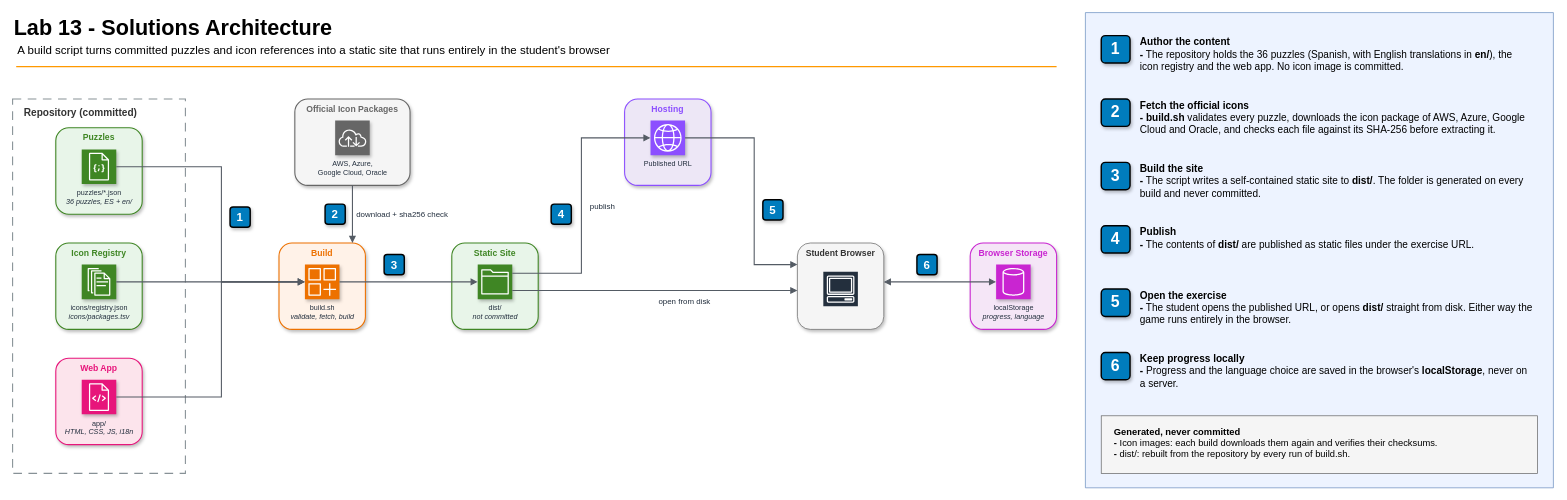
This is 13-solutions-architecture/diagrams/lab13-architecture.drawio from A4ld0/system-design-course, a draw.io file, before an edit. Source tidied: cells renumbered, new cells numbered last; positions are measured from the earlier drawing's top-left corner, leaving out a move shared by most shapes. Both pictures are drawn from the tidied source at 72%, with x=0, y=0 at pixel (12, 12).
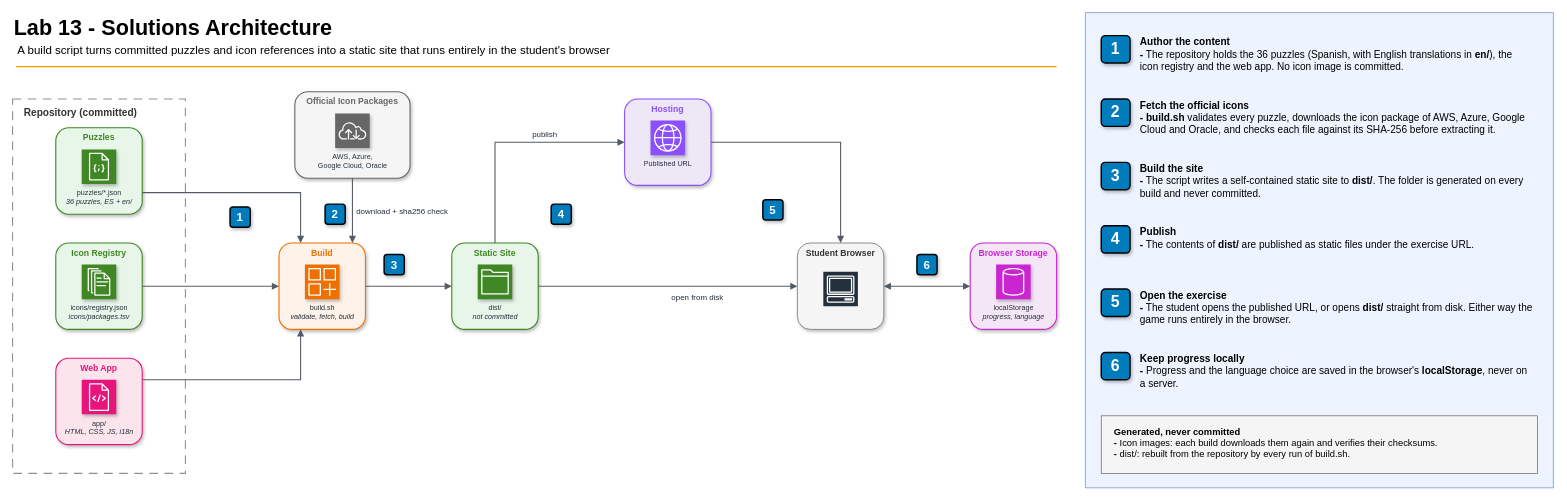
Above is the later version.

The change refers to these unchanged cells:
```xml
<mxCell id="7" value="Puzzles" style="rounded=1;html=1;whiteSpace=wrap;fillColor=#E8F5E9;strokeColor=#3F8624;verticalAlign=top;align=center;fontStyle=1;fontSize=12;fontColor=#3F8624;shadow=1;strokeWidth=1.5;fontFamily=Helvetica;" parent="1" vertex="1">
  <mxGeometry x="60" y="160" width="120" height="120" as="geometry" />
</mxCell>
<mxCell id="8" value="puzzles/*.json&lt;div&gt;&lt;i&gt;36 puzzles, ES + en/&lt;/i&gt;&lt;/div&gt;" style="sketch=0;points=[[0,0,0],[0.25,0,0],[0.5,0,0],[0.75,0,0],[1,0,0],[0,1,0],[0.25,1,0],[0.5,1,0],[0.75,1,0],[1,1,0],[0,0.25,0],[0,0.5,0],[0,0.75,0],[1,0.25,0],[1,0.5,0],[1,0.75,0]];outlineConnect=0;fontColor=#232F3E;fillColor=#3F8624;strokeColor=#ffffff;dashed=0;verticalLabelPosition=bottom;verticalAlign=top;align=center;html=1;fontSize=10;fontStyle=0;shape=mxgraph.aws4.resourceIcon;resIcon=mxgraph.aws4.json_script;shadow=1;fontFamily=Helvetica;" parent="7" vertex="1">
  <mxGeometry x="36" y="30" width="48" height="48" as="geometry" />
</mxCell>
<mxCell id="9" value="Icon Registry" style="rounded=1;html=1;whiteSpace=wrap;fillColor=#E8F5E9;strokeColor=#3F8624;verticalAlign=top;align=center;fontStyle=1;fontSize=12;fontColor=#3F8624;shadow=1;strokeWidth=1.5;fontFamily=Helvetica;" parent="1" vertex="1">
  <mxGeometry x="60" y="320" width="120" height="120" as="geometry" />
</mxCell>
<mxCell id="10" value="icons/registry.json&lt;div&gt;&lt;i&gt;icons/packages.tsv&lt;/i&gt;&lt;/div&gt;" style="sketch=0;points=[[0,0,0],[0.25,0,0],[0.5,0,0],[0.75,0,0],[1,0,0],[0,1,0],[0.25,1,0],[0.5,1,0],[0.75,1,0],[1,1,0],[0,0.25,0],[0,0.5,0],[0,0.75,0],[1,0.25,0],[1,0.5,0],[1,0.75,0]];outlineConnect=0;fontColor=#232F3E;fillColor=#3F8624;strokeColor=#ffffff;dashed=0;verticalLabelPosition=bottom;verticalAlign=top;align=center;html=1;fontSize=10;fontStyle=0;shape=mxgraph.aws4.resourceIcon;resIcon=mxgraph.aws4.documents;shadow=1;fontFamily=Helvetica;" parent="9" vertex="1">
  <mxGeometry x="36" y="30" width="48" height="48" as="geometry" />
</mxCell>
<mxCell id="11" value="Web App" style="rounded=1;html=1;whiteSpace=wrap;fillColor=#FCE4EC;strokeColor=#E7157B;verticalAlign=top;align=center;fontStyle=1;fontSize=12;fontColor=#E7157B;shadow=1;strokeWidth=1.5;fontFamily=Helvetica;" parent="1" vertex="1">
  <mxGeometry x="60" y="480" width="120" height="120" as="geometry" />
</mxCell>
<mxCell id="12" value="app/&lt;div&gt;&lt;i&gt;HTML, CSS, JS, i18n&lt;/i&gt;&lt;/div&gt;" style="sketch=0;points=[[0,0,0],[0.25,0,0],[0.5,0,0],[0.75,0,0],[1,0,0],[0,1,0],[0.25,1,0],[0.5,1,0],[0.75,1,0],[1,1,0],[0,0.25,0],[0,0.5,0],[0,0.75,0],[1,0.25,0],[1,0.5,0],[1,0.75,0]];outlineConnect=0;fontColor=#232F3E;fillColor=#E7157B;strokeColor=#ffffff;dashed=0;verticalLabelPosition=bottom;verticalAlign=top;align=center;html=1;fontSize=10;fontStyle=0;shape=mxgraph.aws4.resourceIcon;resIcon=mxgraph.aws4.source_code;shadow=1;fontFamily=Helvetica;" parent="11" vertex="1">
  <mxGeometry x="36" y="30" width="48" height="48" as="geometry" />
</mxCell>
<mxCell id="15" value="Build" style="rounded=1;html=1;whiteSpace=wrap;fillColor=#FFF2E8;strokeColor=#ED7100;verticalAlign=top;align=center;fontStyle=1;fontSize=12;fontColor=#ED7100;shadow=1;strokeWidth=1.5;fontFamily=Helvetica;" parent="1" vertex="1">
  <mxGeometry x="370" y="320" width="120" height="120" as="geometry" />
</mxCell>
<mxCell id="16" value="build.sh&lt;div&gt;&lt;i&gt;validate, fetch, build&lt;/i&gt;&lt;/div&gt;" style="sketch=0;points=[[0,0,0],[0.25,0,0],[0.5,0,0],[0.75,0,0],[1,0,0],[0,1,0],[0.25,1,0],[0.5,1,0],[0.75,1,0],[1,1,0],[0,0.25,0],[0,0.5,0],[0,0.75,0],[1,0.25,0],[1,0.5,0],[1,0.75,0]];outlineConnect=0;fontColor=#232F3E;fillColor=#ED7100;strokeColor=#ffffff;dashed=0;verticalLabelPosition=bottom;verticalAlign=top;align=center;html=1;fontSize=10;fontStyle=0;shape=mxgraph.aws4.resourceIcon;resIcon=mxgraph.aws4.generic_application;shadow=1;fontFamily=Helvetica;" parent="15" vertex="1">
  <mxGeometry x="36" y="30" width="48" height="48" as="geometry" />
</mxCell>
<mxCell id="17" value="Static Site" style="rounded=1;html=1;whiteSpace=wrap;fillColor=#E8F5E9;strokeColor=#3F8624;verticalAlign=top;align=center;fontStyle=1;fontSize=12;fontColor=#3F8624;shadow=1;strokeWidth=1.5;fontFamily=Helvetica;" parent="1" vertex="1">
  <mxGeometry x="610" y="320" width="120" height="120" as="geometry" />
</mxCell>
<mxCell id="18" value="dist/&lt;div&gt;&lt;i&gt;not committed&lt;/i&gt;&lt;/div&gt;" style="sketch=0;points=[[0,0,0],[0.25,0,0],[0.5,0,0],[0.75,0,0],[1,0,0],[0,1,0],[0.25,1,0],[0.5,1,0],[0.75,1,0],[1,1,0],[0,0.25,0],[0,0.5,0],[0,0.75,0],[1,0.25,0],[1,0.5,0],[1,0.75,0]];outlineConnect=0;fontColor=#232F3E;fillColor=#3F8624;strokeColor=#ffffff;dashed=0;verticalLabelPosition=bottom;verticalAlign=top;align=center;html=1;fontSize=10;fontStyle=0;shape=mxgraph.aws4.resourceIcon;resIcon=mxgraph.aws4.folder;shadow=1;fontFamily=Helvetica;" parent="17" vertex="1">
  <mxGeometry x="36" y="30" width="48" height="48" as="geometry" />
</mxCell>
<mxCell id="19" value="Hosting" style="rounded=1;html=1;whiteSpace=wrap;fillColor=#EDE7F6;strokeColor=#8C4FFF;verticalAlign=top;align=center;fontStyle=1;fontSize=12;fontColor=#8C4FFF;shadow=1;strokeWidth=1.5;fontFamily=Helvetica;" parent="1" vertex="1">
  <mxGeometry x="850" y="120" width="120" height="120" as="geometry" />
</mxCell>
<mxCell id="20" value="Published URL" style="sketch=0;points=[[0,0,0],[0.25,0,0],[0.5,0,0],[0.75,0,0],[1,0,0],[0,1,0],[0.25,1,0],[0.5,1,0],[0.75,1,0],[1,1,0],[0,0.25,0],[0,0.5,0],[0,0.75,0],[1,0.25,0],[1,0.5,0],[1,0.75,0]];outlineConnect=0;fontColor=#232F3E;fillColor=#8C4FFF;strokeColor=#ffffff;dashed=0;verticalLabelPosition=bottom;verticalAlign=top;align=center;html=1;fontSize=10;fontStyle=0;shape=mxgraph.aws4.resourceIcon;resIcon=mxgraph.aws4.globe;shadow=1;fontFamily=Helvetica;" parent="19" vertex="1">
  <mxGeometry x="36" y="30" width="48" height="48" as="geometry" />
</mxCell>
<mxCell id="21" value="Student Browser" style="rounded=1;html=1;whiteSpace=wrap;fillColor=#f5f5f5;strokeColor=light-dark(#666666,#D4D4D4);verticalAlign=top;align=center;fontStyle=1;fontSize=12;fontColor=#333333;shadow=1;strokeWidth=1;fontFamily=Helvetica;" parent="1" vertex="1">
  <mxGeometry x="1090" y="320" width="120" height="120" as="geometry" />
</mxCell>
<mxCell id="23" value="Browser Storage" style="rounded=1;html=1;whiteSpace=wrap;fillColor=#F5E6F7;strokeColor=#C925D1;verticalAlign=top;align=center;fontStyle=1;fontSize=12;fontColor=#C925D1;shadow=1;strokeWidth=1.5;fontFamily=Helvetica;" parent="1" vertex="1">
  <mxGeometry x="1330" y="320" width="120" height="120" as="geometry" />
</mxCell>
<mxCell id="24" value="localStorage&lt;div&gt;&lt;i&gt;progress, language&lt;/i&gt;&lt;/div&gt;" style="sketch=0;points=[[0,0,0],[0.25,0,0],[0.5,0,0],[0.75,0,0],[1,0,0],[0,1,0],[0.25,1,0],[0.5,1,0],[0.75,1,0],[1,1,0],[0,0.25,0],[0,0.5,0],[0,0.75,0],[1,0.25,0],[1,0.5,0],[1,0.75,0]];outlineConnect=0;fontColor=#232F3E;fillColor=#C925D1;strokeColor=#ffffff;dashed=0;verticalLabelPosition=bottom;verticalAlign=top;align=center;html=1;fontSize=10;fontStyle=0;shape=mxgraph.aws4.resourceIcon;resIcon=mxgraph.aws4.generic_database;shadow=1;fontFamily=Helvetica;" parent="23" vertex="1">
  <mxGeometry x="36" y="30" width="48" height="48" as="geometry" />
</mxCell>
```

Change to the diagram source:
```diff
@@
     <mxCell id="13" value="Official Icon Packages" style="rounded=1;html=1;whiteSpace=wrap;fillColor=#F5F5F5;strokeColor=#666666;verticalAlign=top;align=center;fontStyle=1;fontSize=12;fontColor=#666666;shadow=1;strokeWidth=1.5;fontFamily=Helvetica;" parent="1" vertex="1">
-      <mxGeometry x="392" y="120" width="160" height="120" as="geometry" />
+      <mxGeometry x="392" y="110" width="160" height="120" as="geometry" />
     </mxCell>
@@
-    <mxCell id="25" style="edgeStyle=orthogonalEdgeStyle;html=1;rounded=0;jettySize=auto;endArrow=block;endFill=1;strokeColor=#545B64;strokeWidth=1.5;fontFamily=Helvetica;exitX=1;exitY=0.5;exitDx=0;exitDy=0;entryX=0;entryY=0.5;entryDx=0;entryDy=0;startArrow=none;" parent="1" edge="1" source="8" target="16">
-      <mxGeometry relative="1" as="geometry">
-        <Array as="points">
-          <mxPoint x="290" y="214" />
-          <mxPoint x="290" y="374" />
-        </Array>
-      </mxGeometry>
+    <mxCell id="25" style="edgeStyle=orthogonalEdgeStyle;html=1;rounded=0;jettySize=auto;endArrow=block;endFill=1;strokeColor=#545B64;strokeWidth=1.5;fontFamily=Helvetica;exitX=1;exitY=0.75;exitDx=0;exitDy=0;entryX=0.25;entryY=0;entryDx=0;entryDy=0;startArrow=none;jumpStyle=arc;jumpSize=10;" parent="1" edge="1" source="7" target="15">
+      <mxGeometry relative="1" as="geometry" />
     </mxCell>
-    <mxCell id="26" style="edgeStyle=orthogonalEdgeStyle;html=1;rounded=0;jettySize=auto;endArrow=block;endFill=1;strokeColor=#545B64;strokeWidth=1.5;fontFamily=Helvetica;exitX=1;exitY=0.5;exitDx=0;exitDy=0;entryX=0;entryY=0.5;entryDx=0;entryDy=0;startArrow=none;" parent="1" edge="1" source="10" target="16">
+    <mxCell id="26" style="edgeStyle=orthogonalEdgeStyle;html=1;rounded=0;jettySize=auto;endArrow=block;endFill=1;strokeColor=#545B64;strokeWidth=1.5;fontFamily=Helvetica;exitX=1;exitY=0.5;exitDx=0;exitDy=0;entryX=0;entryY=0.5;entryDx=0;entryDy=0;startArrow=none;" parent="1" edge="1" source="9" target="15">
       <mxGeometry relative="1" as="geometry" />
     </mxCell>
-    <mxCell id="27" style="edgeStyle=orthogonalEdgeStyle;html=1;rounded=0;jettySize=auto;endArrow=block;endFill=1;strokeColor=#545B64;strokeWidth=1.5;fontFamily=Helvetica;exitX=1;exitY=0.5;exitDx=0;exitDy=0;entryX=0;entryY=0.5;entryDx=0;entryDy=0;startArrow=none;" parent="1" edge="1" source="12" target="16">
-      <mxGeometry relative="1" as="geometry">
-        <Array as="points">
-          <mxPoint x="290" y="534" />
-          <mxPoint x="290" y="374" />
-        </Array>
-      </mxGeometry>
+    <mxCell id="27" style="edgeStyle=orthogonalEdgeStyle;html=1;rounded=0;jettySize=auto;endArrow=block;endFill=1;strokeColor=#545B64;strokeWidth=1.5;fontFamily=Helvetica;exitX=1;exitY=0.25;exitDx=0;exitDy=0;entryX=0.25;entryY=1;entryDx=0;entryDy=0;startArrow=none;jumpStyle=arc;jumpSize=10;" parent="1" edge="1" source="11" target="15">
+      <mxGeometry relative="1" as="geometry" />
     </mxCell>
-    <mxCell id="28" style="edgeStyle=orthogonalEdgeStyle;html=1;rounded=0;jettySize=auto;endArrow=block;endFill=1;strokeColor=#545B64;strokeWidth=1.5;fontFamily=Helvetica;exitX=0.5;exitY=1;exitDx=0;exitDy=0;entryX=0.85;entryY=0;entryDx=0;entryDy=0;startArrow=none;" parent="1" edge="1" source="13" target="15">
+    <mxCell id="28" style="edgeStyle=orthogonalEdgeStyle;html=1;rounded=0;jettySize=auto;endArrow=block;endFill=1;strokeColor=#545B64;strokeWidth=1.5;fontFamily=Helvetica;exitX=0.5;exitY=1;exitDx=0;exitDy=0;entryX=0.85;entryY=0;entryDx=0;entryDy=0;startArrow=none;jumpStyle=arc;jumpSize=10;" parent="1" edge="1" source="13" target="15">
       <mxGeometry relative="1" as="geometry" />
     </mxCell>
-    <mxCell id="29" value="download + sha256 check" style="edgeLabel;html=1;align=center;verticalAlign=middle;labelBackgroundColor=none;fontSize=11;fontColor=light-dark(#232F3E,#F5F5F5);fontFamily=Helvetica;" parent="28" vertex="1">
+    <mxCell id="29" value="download + sha256 check" style="edgeLabel;html=1;align=center;verticalAlign=middle;labelBackgroundColor=default;fontSize=11;fontColor=light-dark(#232F3E,#F5F5F5);fontFamily=Helvetica;" parent="28" vertex="1">
       <mxGeometry relative="1" as="geometry">
         <mxPoint x="68" as="offset" />
       </mxGeometry>
     </mxCell>
-    <mxCell id="30" style="edgeStyle=orthogonalEdgeStyle;html=1;rounded=0;jettySize=auto;endArrow=block;endFill=1;strokeColor=#545B64;strokeWidth=1.5;fontFamily=Helvetica;exitX=1;exitY=0.5;exitDx=0;exitDy=0;entryX=0;entryY=0.5;entryDx=0;entryDy=0;startArrow=none;" parent="1" edge="1" source="16" target="18">
+    <mxCell id="30" style="edgeStyle=orthogonalEdgeStyle;html=1;rounded=0;jettySize=auto;endArrow=block;endFill=1;strokeColor=#545B64;strokeWidth=1.5;fontFamily=Helvetica;exitX=1;exitY=0.5;exitDx=0;exitDy=0;entryX=0;entryY=0.5;entryDx=0;entryDy=0;startArrow=none;" parent="1" edge="1" source="15" target="17">
       <mxGeometry relative="1" as="geometry" />
     </mxCell>
-    <mxCell id="31" style="edgeStyle=orthogonalEdgeStyle;html=1;rounded=0;jettySize=auto;endArrow=block;endFill=1;strokeColor=#545B64;strokeWidth=1.5;fontFamily=Helvetica;exitX=1;exitY=0.25;exitDx=0;exitDy=0;entryX=0;entryY=0.5;entryDx=0;entryDy=0;startArrow=none;" parent="1" edge="1" source="18" target="20">
-      <mxGeometry relative="1" as="geometry">
-        <Array as="points">
-          <mxPoint x="790" y="362" />
-          <mxPoint x="790" y="174" />
-        </Array>
-      </mxGeometry>
+    <mxCell id="31" style="edgeStyle=orthogonalEdgeStyle;html=1;rounded=0;jettySize=auto;endArrow=block;endFill=1;strokeColor=#545B64;strokeWidth=1.5;fontFamily=Helvetica;exitX=0.5;exitY=0;exitDx=0;exitDy=0;entryX=0;entryY=0.5;entryDx=0;entryDy=0;startArrow=none;jumpStyle=arc;jumpSize=10;" parent="1" edge="1" source="17" target="19">
+      <mxGeometry relative="1" as="geometry" />
     </mxCell>
-    <mxCell id="32" value="publish" style="edgeLabel;html=1;align=center;verticalAlign=middle;labelBackgroundColor=none;fontSize=11;fontColor=light-dark(#232F3E,#F5F5F5);fontFamily=Helvetica;" parent="31" vertex="1">
-      <mxGeometry relative="1" as="geometry">
-        <mxPoint x="28" as="offset" />
+    <mxCell id="32" value="publish" style="edgeLabel;html=1;align=center;verticalAlign=middle;labelBackgroundColor=default;fontSize=11;fontColor=light-dark(#232F3E,#F5F5F5);fontFamily=Helvetica;" parent="31" vertex="1">
+      <mxGeometry x="0.3" relative="1" as="geometry">
+        <mxPoint y="-12" as="offset" />
       </mxGeometry>
     </mxCell>
-    <mxCell id="33" style="edgeStyle=orthogonalEdgeStyle;html=1;rounded=0;jettySize=auto;endArrow=block;endFill=1;strokeColor=#545B64;strokeWidth=1.5;fontFamily=Helvetica;exitX=1;exitY=0.75;exitDx=0;exitDy=0;entryX=0;entryY=0.55;entryDx=0;entryDy=0;startArrow=none;" parent="1" edge="1" source="18" target="21">
+    <mxCell id="33" style="edgeStyle=orthogonalEdgeStyle;html=1;rounded=0;jettySize=auto;endArrow=block;endFill=1;strokeColor=#545B64;strokeWidth=1.5;fontFamily=Helvetica;exitX=1;exitY=0.5;exitDx=0;exitDy=0;entryX=0;entryY=0.5;entryDx=0;entryDy=0;startArrow=none;jumpStyle=arc;jumpSize=10;" parent="1" edge="1" source="17" target="21">
       <mxGeometry relative="1" as="geometry" />
     </mxCell>
-    <mxCell id="34" value="open from disk" style="edgeLabel;html=1;align=center;verticalAlign=middle;labelBackgroundColor=none;fontSize=11;fontColor=light-dark(#232F3E,#F5F5F5);fontFamily=Helvetica;" parent="33" vertex="1">
+    <mxCell id="34" value="open from disk" style="edgeLabel;html=1;align=center;verticalAlign=middle;labelBackgroundColor=default;fontSize=11;fontColor=light-dark(#232F3E,#F5F5F5);fontFamily=Helvetica;" parent="33" vertex="1">
       <mxGeometry relative="1" as="geometry">
         <mxPoint x="40" y="14" as="offset" />
       </mxGeometry>
     </mxCell>
-    <mxCell id="35" style="edgeStyle=orthogonalEdgeStyle;html=1;rounded=0;jettySize=auto;endArrow=block;endFill=1;strokeColor=#545B64;strokeWidth=1.5;fontFamily=Helvetica;exitX=1;exitY=0.5;exitDx=0;exitDy=0;entryX=0;entryY=0.25;entryDx=0;entryDy=0;startArrow=none;" parent="1" edge="1" source="20" target="21">
-      <mxGeometry relative="1" as="geometry">
-        <Array as="points">
-          <mxPoint x="1030" y="174" />
-          <mxPoint x="1030" y="350" />
-        </Array>
-      </mxGeometry>
+    <mxCell id="35" style="edgeStyle=orthogonalEdgeStyle;html=1;rounded=0;jettySize=auto;endArrow=block;endFill=1;strokeColor=#545B64;strokeWidth=1.5;fontFamily=Helvetica;exitX=1;exitY=0.5;exitDx=0;exitDy=0;entryX=0.5;entryY=0;entryDx=0;entryDy=0;startArrow=none;jumpStyle=arc;jumpSize=10;" parent="1" edge="1" source="19" target="21">
+      <mxGeometry relative="1" as="geometry" />
     </mxCell>
-    <mxCell id="36" style="edgeStyle=orthogonalEdgeStyle;html=1;rounded=0;jettySize=auto;endArrow=block;endFill=1;strokeColor=#545B64;strokeWidth=1.5;fontFamily=Helvetica;exitX=1;exitY=0.45;exitDx=0;exitDy=0;entryX=0;entryY=0.5;entryDx=0;entryDy=0;startArrow=block;startFill=1;" parent="1" edge="1" source="21" target="24">
+    <mxCell id="36" style="edgeStyle=orthogonalEdgeStyle;html=1;rounded=0;jettySize=auto;endArrow=block;endFill=1;strokeColor=#545B64;strokeWidth=1.5;fontFamily=Helvetica;exitX=1;exitY=0.5;exitDx=0;exitDy=0;entryX=0;entryY=0.5;entryDx=0;entryDy=0;startArrow=block;startFill=1;jumpStyle=arc;jumpSize=10;" parent="1" edge="1" source="21" target="23">
       <mxGeometry relative="1" as="geometry" />
     </mxCell>
```
